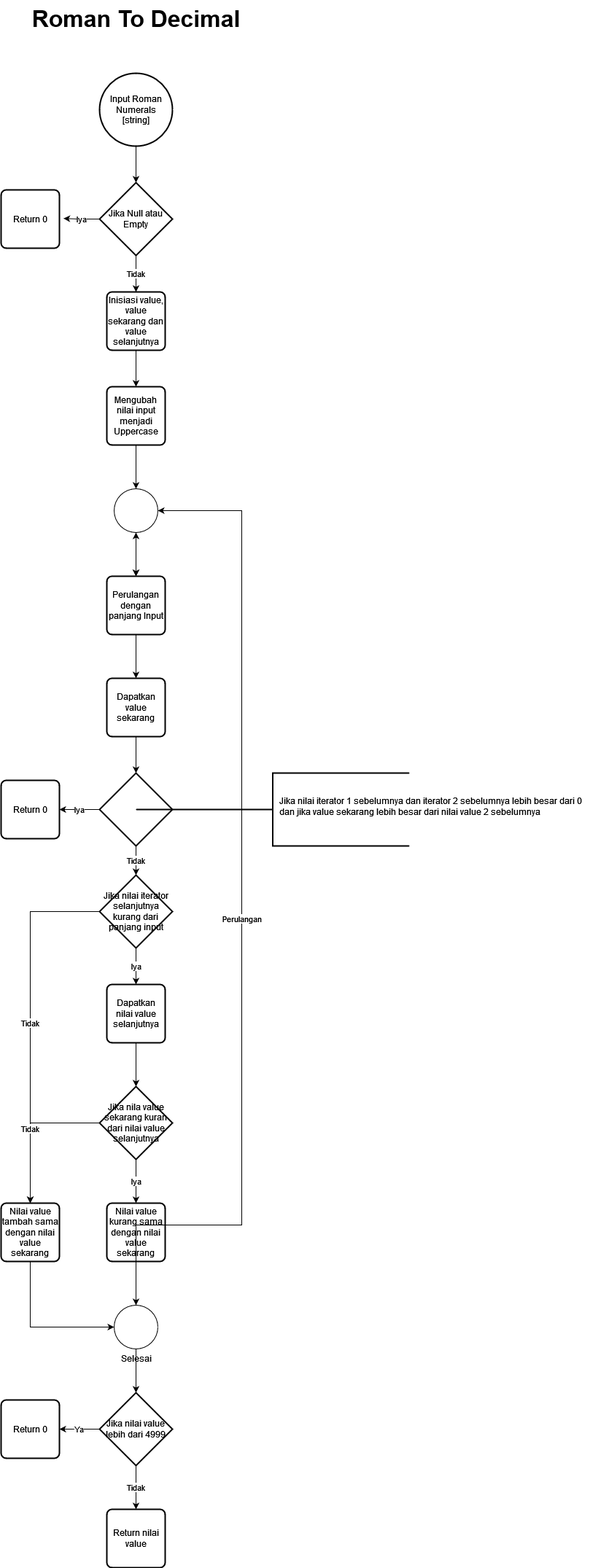
anggaputra-ikt/Daily-Training keeps this draw.io diagram as Source/FlowChart/RomanToDecimal.drawio.png. Above is the earlier version. Source tidied: cells renumbered, new cells last; positions are measured from the earlier drawing's top-left corner, leaving out a move shared by most shapes.
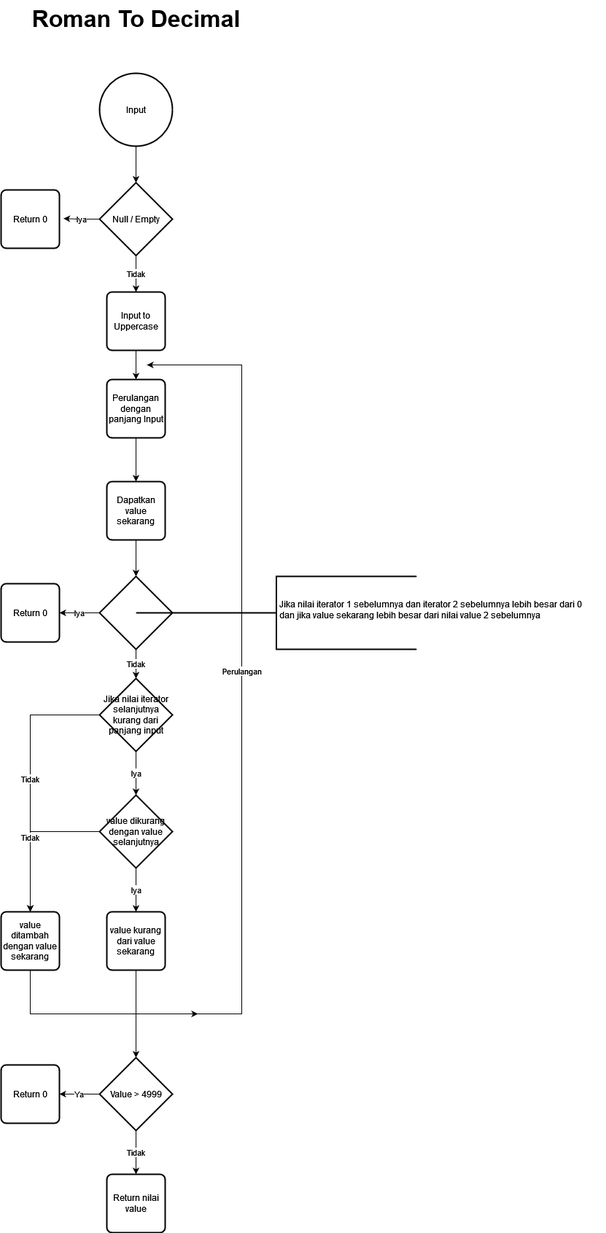
The same diagram one commit later.

Diff of the diagram source:
```diff
@@ -5,7 +5,7 @@
     <mxCell id="2" style="edgeStyle=orthogonalEdgeStyle;rounded=0;jettySize=auto;html=1;entryX=0.5;entryY=0;entryDx=0;entryDy=0;entryPerimeter=0;" parent="1" edge="1" source="3" target="6">
       <mxGeometry relative="1" as="geometry" />
     </mxCell>
-    <mxCell id="3" value="&lt;div&gt;Input Roman Numerals&lt;/div&gt;&lt;div&gt;[string]&lt;/div&gt;" style="strokeWidth=2;html=1;shape=mxgraph.flowchart.start_2;whiteSpace=wrap;" parent="1" vertex="1">
+    <mxCell id="3" value="Input" style="strokeWidth=2;html=1;shape=mxgraph.flowchart.start_2;whiteSpace=wrap;" parent="1" vertex="1">
       <mxGeometry x="135" y="100" width="100" height="100" as="geometry" />
     </mxCell>
     <mxCell id="4" value="Roman To Decimal" style="text;html=1;align=center;verticalAlign=middle;strokeColor=none;fillColor=none;fontStyle=1;fontSize=32;" parent="1" vertex="1">
@@ -14,20 +14,17 @@
     <mxCell id="5" value="Iya" style="edgeStyle=orthogonalEdgeStyle;rounded=0;jettySize=auto;html=1;exitX=0;exitY=0.5;exitDx=0;exitDy=0;exitPerimeter=0;entryX=1.07;entryY=0.49;entryDx=0;entryDy=0;entryPerimeter=0;" parent="1" edge="1" source="6" target="7">
       <mxGeometry relative="1" as="geometry" />
     </mxCell>
-    <mxCell id="6" value="Jika Null atau Empty" style="strokeWidth=2;html=1;shape=mxgraph.flowchart.decision;whiteSpace=wrap;" parent="1" vertex="1">
+    <mxCell id="6" value="Null / Empty" style="strokeWidth=2;html=1;shape=mxgraph.flowchart.decision;whiteSpace=wrap;" parent="1" vertex="1">
       <mxGeometry x="135" y="250" width="100" height="100" as="geometry" />
     </mxCell>
     <mxCell id="7" value="Return 0" style="rounded=1;whiteSpace=wrap;html=1;absoluteArcSize=1;arcSize=14;strokeWidth=2;" parent="1" vertex="1">
       <mxGeometry y="260" width="80" height="80" as="geometry" />
     </mxCell>
-    <mxCell id="8" style="edgeStyle=orthogonalEdgeStyle;rounded=0;jettySize=auto;html=1;" parent="1" edge="1" source="29" target="28">
-      <mxGeometry relative="1" as="geometry" />
-    </mxCell>
-    <mxCell id="9" style="edgeStyle=orthogonalEdgeStyle;rounded=0;jettySize=auto;html=1;" parent="1" edge="1" source="10" target="29">
+    <mxCell id="9" style="edgeStyle=orthogonalEdgeStyle;rounded=0;jettySize=auto;html=1;entryX=0.5;entryY=0;entryDx=0;entryDy=0;" parent="1" edge="1" source="10" target="28">
       <mxGeometry relative="1" as="geometry" />
     </mxCell>
-    <mxCell id="10" value="Mengubah nilai input menjadi Uppercase" style="rounded=1;whiteSpace=wrap;html=1;absoluteArcSize=1;arcSize=14;strokeWidth=2;" parent="1" vertex="1">
-      <mxGeometry x="145" y="530" width="80" height="80" as="geometry" />
+    <mxCell id="10" value="Input to Uppercase" style="rounded=1;whiteSpace=wrap;html=1;absoluteArcSize=1;arcSize=14;strokeWidth=2;" parent="1" vertex="1">
+      <mxGeometry x="145" y="400" width="80" height="80" as="geometry" />
     </mxCell>
     <mxCell id="11" style="edgeStyle=orthogonalEdgeStyle;rounded=0;jettySize=auto;html=1;" parent="1" edge="1" source="28" target="13">
       <mxGeometry relative="1" as="geometry" />
@@ -36,97 +33,77 @@
       <mxGeometry relative="1" as="geometry" />
     </mxCell>
     <mxCell id="13" value="Dapatkan value sekarang" style="rounded=1;whiteSpace=wrap;html=1;absoluteArcSize=1;arcSize=14;strokeWidth=2;" parent="1" vertex="1">
-      <mxGeometry x="145" y="930" width="80" height="80" as="geometry" />
+      <mxGeometry x="145" y="660" width="80" height="80" as="geometry" />
     </mxCell>
-    <mxCell id="14" value="Iya" style="edgeStyle=orthogonalEdgeStyle;rounded=0;jettySize=auto;html=1;" parent="1" edge="1" source="15" target="17">
+    <mxCell id="14" value="Iya" style="edgeStyle=orthogonalEdgeStyle;rounded=0;jettySize=auto;html=1;entryX=0.5;entryY=0;entryDx=0;entryDy=0;entryPerimeter=0;" parent="1" edge="1" source="15" target="19">
       <mxGeometry relative="1" as="geometry" />
     </mxCell>
     <mxCell id="15" value="Jika nilai iterator selanjutnya kurang dari panjang input " style="strokeWidth=2;html=1;shape=mxgraph.flowchart.decision;whiteSpace=wrap;" parent="1" vertex="1">
-      <mxGeometry x="135" y="1200" width="100" height="100" as="geometry" />
+      <mxGeometry x="135" y="930" width="100" height="100" as="geometry" />
     </mxCell>
-    <mxCell id="16" style="edgeStyle=orthogonalEdgeStyle;rounded=0;jettySize=auto;html=1;" parent="1" edge="1" source="17" target="19">
-      <mxGeometry relative="1" as="geometry" />
-    </mxCell>
-    <mxCell id="17" value="Dapatkan nilai value selanjutnya" style="rounded=1;whiteSpace=wrap;html=1;absoluteArcSize=1;arcSize=14;strokeWidth=2;" parent="1" vertex="1">
-      <mxGeometry x="145" y="1350" width="80" height="80" as="geometry" />
-    </mxCell>
     <mxCell id="18" value="Iya" style="edgeStyle=orthogonalEdgeStyle;rounded=0;jettySize=auto;html=1;" parent="1" edge="1" source="19" target="21">
       <mxGeometry relative="1" as="geometry" />
     </mxCell>
-    <mxCell id="19" value="Jika nila value sekarang kuran dari nilai value selanjutnya" style="strokeWidth=2;html=1;shape=mxgraph.flowchart.decision;whiteSpace=wrap;" parent="1" vertex="1">
-      <mxGeometry x="135" y="1490" width="100" height="100" as="geometry" />
+    <mxCell id="19" value="value dikurang dengan value selanjutnya" style="strokeWidth=2;html=1;shape=mxgraph.flowchart.decision;whiteSpace=wrap;" parent="1" vertex="1">
+      <mxGeometry x="135" y="1090" width="100" height="100" as="geometry" />
     </mxCell>
-    <mxCell id="20" style="edgeStyle=orthogonalEdgeStyle;rounded=0;jettySize=auto;html=1;" parent="1" edge="1" source="21" target="32">
-      <mxGeometry relative="1" as="geometry" />
-    </mxCell>
-    <mxCell id="21" value="Nilai value kurang sama dengan nilai value sekarang" style="rounded=1;whiteSpace=wrap;html=1;absoluteArcSize=1;arcSize=14;strokeWidth=2;" parent="1" vertex="1">
-      <mxGeometry x="145" y="1650" width="80" height="80" as="geometry" />
+    <mxCell id="21" value="value kurang dari value sekarang" style="rounded=1;whiteSpace=wrap;html=1;absoluteArcSize=1;arcSize=14;strokeWidth=2;" parent="1" vertex="1">
+      <mxGeometry x="145" y="1250" width="80" height="80" as="geometry" />
     </mxCell>
-    <mxCell id="22" style="edgeStyle=orthogonalEdgeStyle;rounded=0;jettySize=auto;html=1;" parent="1" edge="1" source="28" target="29">
-      <mxGeometry relative="1" as="geometry" />
-    </mxCell>
     <mxCell id="23" value="Tidak" style="edgeStyle=orthogonalEdgeStyle;rounded=0;jettySize=auto;html=1;" parent="1" edge="1" source="15" target="26">
       <mxGeometry relative="1" as="geometry" />
     </mxCell>
     <mxCell id="24" value="Tidak" style="edgeStyle=orthogonalEdgeStyle;rounded=0;jettySize=auto;html=1;" parent="1" edge="1" source="19" target="26">
       <mxGeometry relative="1" as="geometry" />
     </mxCell>
-    <mxCell id="25" style="edgeStyle=orthogonalEdgeStyle;rounded=0;jettySize=auto;html=1;" parent="1" edge="1" source="26" target="32">
+    <mxCell id="25" style="edgeStyle=orthogonalEdgeStyle;rounded=0;jettySize=auto;html=1;" parent="1" edge="1" source="26">
       <mxGeometry relative="1" as="geometry">
+        <mxPoint x="270" y="1390" as="targetPoint" />
         <Array as="points">
-          <mxPoint x="40" y="1820" />
+          <mxPoint x="40" y="1390" />
+          <mxPoint x="250" y="1390" />
         </Array>
       </mxGeometry>
     </mxCell>
-    <mxCell id="26" value="Nilai value tambah sama dengan nilai value sekarang" style="rounded=1;whiteSpace=wrap;html=1;absoluteArcSize=1;arcSize=14;strokeWidth=2;" parent="1" vertex="1">
-      <mxGeometry y="1650" width="80" height="80" as="geometry" />
+    <mxCell id="26" value="value ditambah dengan value sekarang" style="rounded=1;whiteSpace=wrap;html=1;absoluteArcSize=1;arcSize=14;strokeWidth=2;" parent="1" vertex="1">
+      <mxGeometry y="1250" width="80" height="80" as="geometry" />
     </mxCell>
-    <mxCell id="27" style="edgeStyle=orthogonalEdgeStyle;rounded=0;jettySize=auto;html=1;" parent="1" edge="1" source="29" target="28">
-      <mxGeometry relative="1" as="geometry" />
-    </mxCell>
     <mxCell id="28" value="Perulangan dengan panjang Input" style="rounded=1;whiteSpace=wrap;html=1;absoluteArcSize=1;arcSize=14;strokeWidth=2;" parent="1" vertex="1">
-      <mxGeometry x="145" y="790" width="80" height="80" as="geometry" />
+      <mxGeometry x="145" y="520" width="80" height="80" as="geometry" />
     </mxCell>
-    <mxCell id="29" style="verticalLabelPosition=bottom;verticalAlign=top;html=1;shape=mxgraph.flowchart.on-page_reference;" parent="1" vertex="1">
-      <mxGeometry x="155" y="670" width="60" height="60" as="geometry" />
-    </mxCell>
-    <mxCell id="30" value="Perulangan" style="edgeStyle=orthogonalEdgeStyle;rounded=0;jettySize=auto;html=1;entryX=1;entryY=0.5;entryDx=0;entryDy=0;entryPerimeter=0;" parent="1" edge="1" source="32" target="29">
+    <mxCell id="30" value="Perulangan" style="edgeStyle=orthogonalEdgeStyle;rounded=0;orthogonalLoop=1;jettySize=auto;html=1;" parent="1" edge="1">
       <mxGeometry relative="1" as="geometry">
+        <mxPoint x="250" y="1390" as="sourcePoint" />
+        <mxPoint x="200" y="500" as="targetPoint" />
         <Array as="points">
-          <mxPoint x="330" y="1680" />
-          <mxPoint x="330" y="700" />
+          <mxPoint x="250" y="1390" />
+          <mxPoint x="330" y="1390" />
+          <mxPoint x="330" y="500" />
         </Array>
       </mxGeometry>
     </mxCell>
     <mxCell id="31" value="Tidak" style="edgeStyle=orthogonalEdgeStyle;rounded=0;jettySize=auto;html=1;" parent="1" edge="1" source="39" target="33">
       <mxGeometry relative="1" as="geometry" />
     </mxCell>
-    <mxCell id="32" value="Selesai" style="verticalLabelPosition=bottom;verticalAlign=top;html=1;shape=mxgraph.flowchart.on-page_reference;" parent="1" vertex="1">
-      <mxGeometry x="155" y="1790" width="60" height="60" as="geometry" />
-    </mxCell>
     <mxCell id="33" value="Return nilai value" style="rounded=1;whiteSpace=wrap;html=1;absoluteArcSize=1;arcSize=14;strokeWidth=2;" parent="1" vertex="1">
-      <mxGeometry x="145" y="2070" width="80" height="80" as="geometry" />
+      <mxGeometry x="145" y="1610" width="80" height="80" as="geometry" />
     </mxCell>
-    <mxCell id="34" value="Tidak" style="edgeStyle=orthogonalEdgeStyle;rounded=0;jettySize=auto;html=1;entryX=0.5;entryY=0;entryDx=0;entryDy=0;" parent="1" edge="1" source="6" target="36">
-      <mxGeometry relative="1" as="geometry" />
+    <mxCell id="34" value="Tidak" style="edgeStyle=orthogonalEdgeStyle;rounded=0;jettySize=auto;html=1;entryX=0.5;entryY=0;entryDx=0;entryDy=0;" parent="1" edge="1" source="6">
+      <mxGeometry relative="1" as="geometry">
+        <mxPoint x="185" y="400" as="targetPoint" />
+      </mxGeometry>
     </mxCell>
-    <mxCell id="35" style="edgeStyle=orthogonalEdgeStyle;rounded=0;jettySize=auto;html=1;" parent="1" edge="1" source="36" target="10">
-      <mxGeometry relative="1" as="geometry" />
-    </mxCell>
-    <mxCell id="36" value="Inisiasi value, value sekarang dan value selanjutnya" style="rounded=1;whiteSpace=wrap;html=1;absoluteArcSize=1;arcSize=14;strokeWidth=2;" parent="1" vertex="1">
-      <mxGeometry x="145" y="400" width="80" height="80" as="geometry" />
-    </mxCell>
-    <mxCell id="37" style="edgeStyle=orthogonalEdgeStyle;rounded=0;jettySize=auto;html=1;" parent="1" edge="1" source="32" target="39">
+    <mxCell id="37" style="edgeStyle=orthogonalEdgeStyle;rounded=0;jettySize=auto;html=1;exitX=0.5;exitY=1;exitDx=0;exitDy=0;" parent="1" edge="1" source="21" target="39">
       <mxGeometry relative="1" as="geometry" />
     </mxCell>
     <mxCell id="38" value="Ya" style="edgeStyle=orthogonalEdgeStyle;rounded=0;jettySize=auto;html=1;" parent="1" edge="1" source="39" target="40">
       <mxGeometry relative="1" as="geometry" />
     </mxCell>
-    <mxCell id="39" value="Jika nilai value lebih dari 4999" style="strokeWidth=2;html=1;shape=mxgraph.flowchart.decision;whiteSpace=wrap;" parent="1" vertex="1">
-      <mxGeometry x="135" y="1910" width="100" height="100" as="geometry" />
+    <mxCell id="39" value="Value &amp;gt; 4999" style="strokeWidth=2;html=1;shape=mxgraph.flowchart.decision;whiteSpace=wrap;" parent="1" vertex="1">
+      <mxGeometry x="135" y="1450" width="100" height="100" as="geometry" />
     </mxCell>
     <mxCell id="40" value="Return 0" style="rounded=1;whiteSpace=wrap;html=1;absoluteArcSize=1;arcSize=14;strokeWidth=2;" parent="1" vertex="1">
-      <mxGeometry y="1920" width="80" height="80" as="geometry" />
+      <mxGeometry y="1460" width="80" height="80" as="geometry" />
     </mxCell>
     <mxCell id="41" style="edgeStyle=orthogonalEdgeStyle;rounded=0;jettySize=auto;html=1;" parent="1" edge="1" source="13" target="43">
       <mxGeometry relative="1" as="geometry" />
@@ -135,16 +112,16 @@
       <mxGeometry relative="1" as="geometry" />
     </mxCell>
     <mxCell id="43" style="strokeWidth=2;html=1;shape=mxgraph.flowchart.decision;whiteSpace=wrap;" parent="1" vertex="1">
-      <mxGeometry x="135" y="1060" width="100" height="100" as="geometry" />
+      <mxGeometry x="135" y="790" width="100" height="100" as="geometry" />
     </mxCell>
     <mxCell id="44" value="Return 0" style="rounded=1;whiteSpace=wrap;html=1;absoluteArcSize=1;arcSize=14;strokeWidth=2;" parent="1" vertex="1">
-      <mxGeometry y="1070" width="80" height="80" as="geometry" />
+      <mxGeometry y="800" width="80" height="80" as="geometry" />
     </mxCell>
     <mxCell id="45" value="&lt;div&gt;Jika nilai iterator 1 sebelumnya dan iterator 2 sebelumnya lebih besar dari 0&lt;/div&gt;&lt;div&gt;dan jika value sekarang lebih besar dari nilai value 2 sebelumnya&lt;br&gt;&lt;/div&gt;" style="text;whiteSpace=wrap;html=1;" parent="1" vertex="1">
-      <mxGeometry x="380" y="1085" width="450" height="50" as="geometry" />
+      <mxGeometry x="380" y="815" width="450" height="50" as="geometry" />
     </mxCell>
     <mxCell id="46" style="strokeWidth=2;html=1;shape=mxgraph.flowchart.annotation_2;align=left;labelPosition=right;" parent="1" vertex="1">
-      <mxGeometry x="185" y="1060" width="375" height="100" as="geometry" />
+      <mxGeometry x="185" y="790" width="385" height="100" as="geometry" />
     </mxCell>
   </root>
 </mxGraphModel>
```
